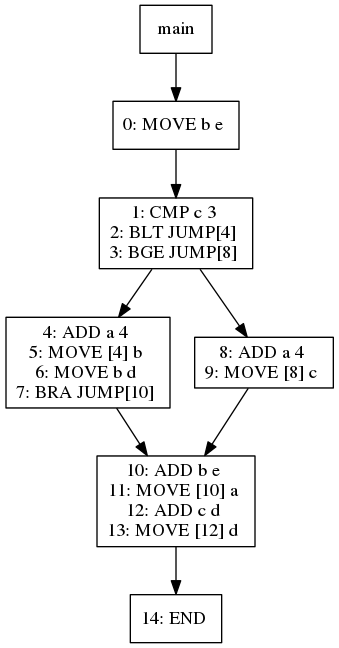
Earlier version of the Graphviz export viz/test028.dot.png (jiahanwang/PL241-Compiler). Its source is kept beside it as viz/test028.dot.
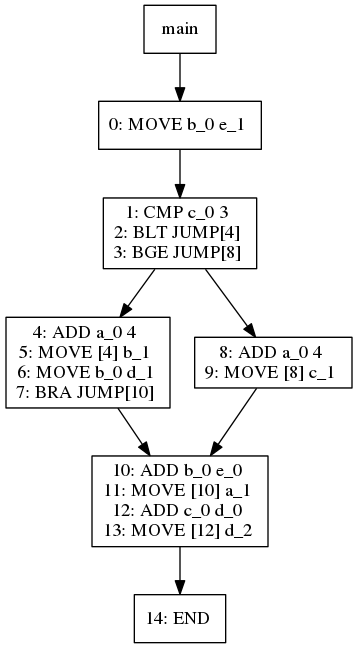
Later version of the same file.

Change to the diagram source:
```diff
@@ -1,32 +1,32 @@
 digraph test028 {
 node [shape=box]
-508[label="main"]
-508 -> 510
-510[label="0: MOVE b e
+1[label="main"]
+1 -> 3
+3[label="0: MOVE b_0 e_1
 "]
-510 -> 511
-511[label="1: CMP c 3
+3 -> 4
+4[label="1: CMP c_0 3
 2: BLT JUMP[4]
 3: BGE JUMP[8]
 "]
-511 -> 513
-513[label="4: ADD a 4
-5: MOVE [4] b
-6: MOVE b d
+4 -> 6
+6[label="4: ADD a_0 4
+5: MOVE [4] b_1
+6: MOVE b_0 d_1
 7: BRA JUMP[10]
 "]
-513 -> 512
-512[label="10: ADD b e
-11: MOVE [10] a
-12: ADD c d
-13: MOVE [12] d
+6 -> 5
+5[label="10: ADD b_0 e_0
+11: MOVE [10] a_1
+12: ADD c_0 d_0
+13: MOVE [12] d_2
 "]
-512 -> 518
-518[label="14: END
+5 -> 11
+11[label="14: END
 "]
-511 -> 515
-515[label="8: ADD a 4
-9: MOVE [8] c
+4 -> 8
+8[label="8: ADD a_0 4
+9: MOVE [8] c_1
 "]
-515 -> 512
+8 -> 5
 }
```
